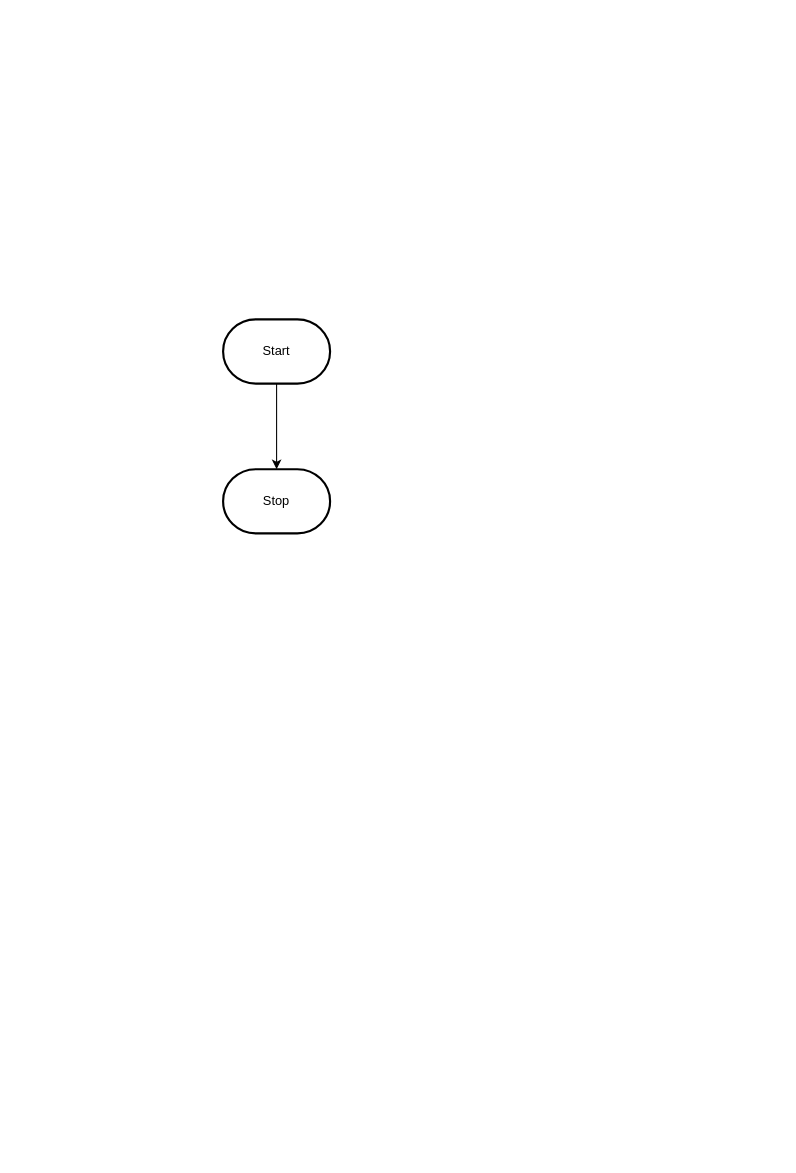
Above: design/flowchart.drawio in MTHS-ICD2O-1-2023/ICD2O-Unit-5-03-jinyuzhe-calista-e (draw.io), before the change. Source tidied: cells renumbered, new cells numbered last; positions are measured from the earlier drawing's top-left corner, leaving out a move shared by most shapes. Both pictures are drawn from the tidied source at 107%, with x=0, y=0 at pixel (223, 319).
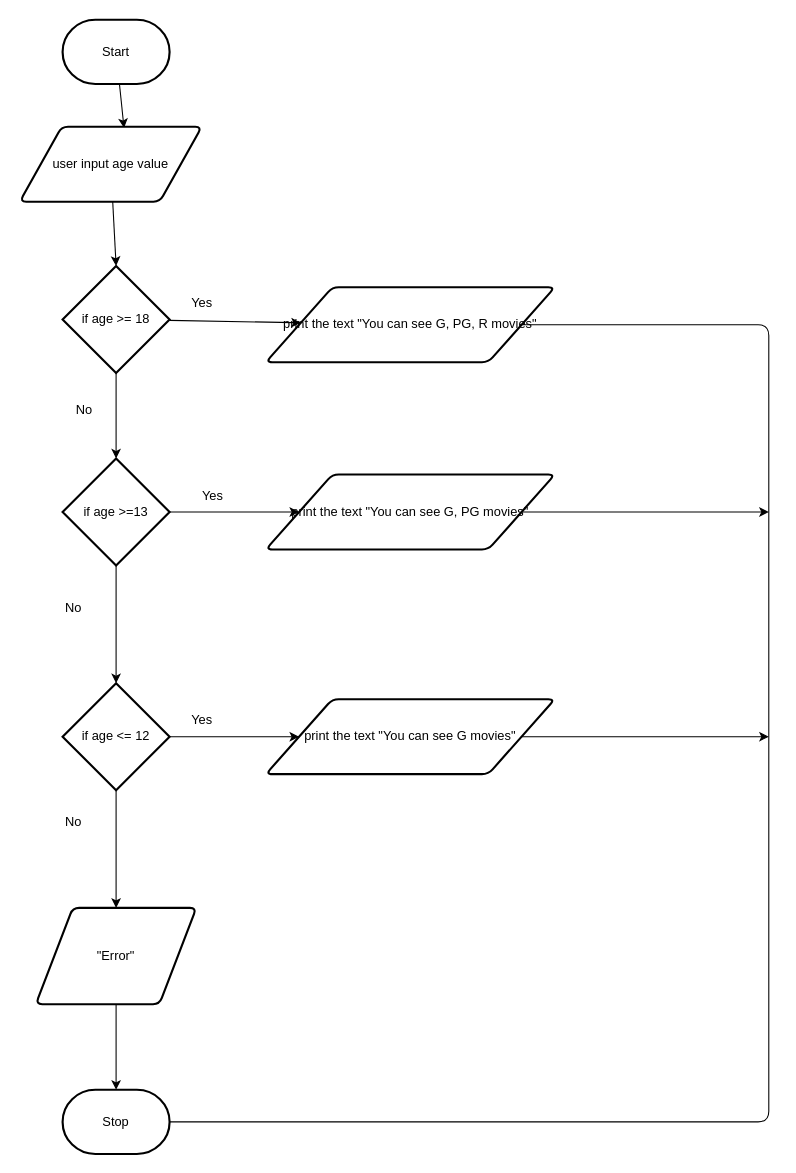
The same page after the edit.

Change to the diagram source:
```diff
@@
-    <mxCell id="2" style="edgeStyle=orthogonalEdgeStyle;html=1;rounded=0;" parent="1" edge="1" source="3" target="4">
-      <mxGeometry relative="1" as="geometry" />
-    </mxCell>
+    <mxCell id="5" style="edgeStyle=none;html=1;entryX=0.573;entryY=0.016;entryDx=0;entryDy=0;entryPerimeter=0;" parent="1" edge="1" source="3" target="2">
+      <mxGeometry relative="1" as="geometry" />
+    </mxCell>
     <mxCell id="3" value="Start" style="strokeWidth=2;html=1;shape=mxgraph.flowchart.terminator;whiteSpace=wrap;" parent="1" vertex="1">
-      <mxGeometry width="100" height="60" as="geometry" />
+      <mxGeometry x="-150" y="-280" width="100" height="60" as="geometry" />
     </mxCell>
     <mxCell id="4" value="Stop" style="strokeWidth=2;html=1;shape=mxgraph.flowchart.terminator;whiteSpace=wrap;" parent="1" vertex="1">
-      <mxGeometry y="140" width="100" height="60" as="geometry" />
+      <mxGeometry x="-150" y="720" width="100" height="60" as="geometry" />
     </mxCell>
+    <mxCell id="6" style="edgeStyle=none;html=1;entryX=0.5;entryY=0;entryDx=0;entryDy=0;entryPerimeter=0;" parent="1" edge="1" source="2" target="9">
+      <mxGeometry relative="1" as="geometry" />
+    </mxCell>
+    <mxCell id="2" value="user input age value" style="shape=parallelogram;html=1;strokeWidth=2;perimeter=parallelogramPerimeter;whiteSpace=wrap;rounded=1;arcSize=12;size=0.23;" parent="1" vertex="1">
+      <mxGeometry x="-190" y="-180" width="170" height="70" as="geometry" />
+    </mxCell>
+    <mxCell id="7" style="edgeStyle=none;html=1;" parent="1" edge="1" source="9" target="10">
+      <mxGeometry relative="1" as="geometry" />
+    </mxCell>
+    <mxCell id="8" style="edgeStyle=none;html=1;entryX=0.5;entryY=0;entryDx=0;entryDy=0;entryPerimeter=0;" parent="1" edge="1" source="9" target="13">
+      <mxGeometry relative="1" as="geometry" />
+    </mxCell>
+    <mxCell id="9" value="if age &amp;gt;= 18" style="strokeWidth=2;html=1;shape=mxgraph.flowchart.decision;whiteSpace=wrap;" parent="1" vertex="1">
+      <mxGeometry x="-150" y="-50" width="100" height="100" as="geometry" />
+    </mxCell>
+    <mxCell id="10" value="print the text &quot;You can see G, PG, R movies&quot;" style="shape=parallelogram;html=1;strokeWidth=2;perimeter=parallelogramPerimeter;whiteSpace=wrap;rounded=1;arcSize=12;size=0.23;" parent="1" vertex="1">
+      <mxGeometry x="40" y="-30" width="270" height="70" as="geometry" />
+    </mxCell>
+    <mxCell id="11" style="edgeStyle=none;html=1;" parent="1" edge="1" source="13" target="18">
+      <mxGeometry relative="1" as="geometry" />
+    </mxCell>
+    <mxCell id="12" style="edgeStyle=none;html=1;" parent="1" edge="1" source="13" target="21">
+      <mxGeometry relative="1" as="geometry" />
+    </mxCell>
+    <mxCell id="13" value="if age &amp;gt;=13" style="strokeWidth=2;html=1;shape=mxgraph.flowchart.decision;whiteSpace=wrap;" parent="1" vertex="1">
+      <mxGeometry x="-150" y="130" width="100" height="100" as="geometry" />
+    </mxCell>
+    <mxCell id="14" value="Yes" style="text;html=1;align=center;verticalAlign=middle;strokeColor=none;fillColor=none;" parent="1" vertex="1">
+      <mxGeometry x="-40" y="-30" width="40" height="30" as="geometry" />
+    </mxCell>
+    <mxCell id="15" value="No" style="text;html=1;align=center;verticalAlign=middle;strokeColor=none;fillColor=none;" parent="1" vertex="1">
+      <mxGeometry x="-150" y="70" width="40" height="30" as="geometry" />
+    </mxCell>
+    <mxCell id="16" style="edgeStyle=none;html=1;" parent="1" edge="1" source="18" target="23">
+      <mxGeometry relative="1" as="geometry" />
+    </mxCell>
+    <mxCell id="17" style="edgeStyle=orthogonalEdgeStyle;html=1;" parent="1" edge="1" source="18" target="29">
+      <mxGeometry relative="1" as="geometry" />
+    </mxCell>
+    <mxCell id="18" value="if age &amp;lt;= 12" style="strokeWidth=2;html=1;shape=mxgraph.flowchart.decision;whiteSpace=wrap;" parent="1" vertex="1">
+      <mxGeometry x="-150" y="340" width="100" height="100" as="geometry" />
+    </mxCell>
+    <mxCell id="19" value="No" style="text;html=1;align=center;verticalAlign=middle;strokeColor=none;fillColor=none;" parent="1" vertex="1">
+      <mxGeometry x="-160" y="255" width="40" height="30" as="geometry" />
+    </mxCell>
+    <mxCell id="20" style="edgeStyle=orthogonalEdgeStyle;html=1;" parent="1" edge="1" source="21">
+      <mxGeometry relative="1" as="geometry">
+        <mxPoint x="510" y="180" as="targetPoint" />
+      </mxGeometry>
+    </mxCell>
+    <mxCell id="21" value="print the text &quot;You can see G, PG movies&quot;" style="shape=parallelogram;html=1;strokeWidth=2;perimeter=parallelogramPerimeter;whiteSpace=wrap;rounded=1;arcSize=12;size=0.23;" parent="1" vertex="1">
+      <mxGeometry x="40" y="145" width="270" height="70" as="geometry" />
+    </mxCell>
+    <mxCell id="22" style="edgeStyle=orthogonalEdgeStyle;html=1;" parent="1" edge="1" source="23">
+      <mxGeometry relative="1" as="geometry">
+        <mxPoint x="510" y="390" as="targetPoint" />
+      </mxGeometry>
+    </mxCell>
+    <mxCell id="23" value="print the text &quot;You can see G movies&quot;" style="shape=parallelogram;html=1;strokeWidth=2;perimeter=parallelogramPerimeter;whiteSpace=wrap;rounded=1;arcSize=12;size=0.23;" parent="1" vertex="1">
+      <mxGeometry x="40" y="355" width="270" height="70" as="geometry" />
+    </mxCell>
+    <mxCell id="24" value="Yes" style="text;html=1;align=center;verticalAlign=middle;strokeColor=none;fillColor=none;" parent="1" vertex="1">
+      <mxGeometry x="-40" y="360" width="40" height="30" as="geometry" />
+    </mxCell>
+    <mxCell id="25" value="Yes" style="text;html=1;align=center;verticalAlign=middle;strokeColor=none;fillColor=none;" parent="1" vertex="1">
+      <mxGeometry x="-30" y="150" width="40" height="30" as="geometry" />
+    </mxCell>
+    <mxCell id="26" value="No" style="text;html=1;align=center;verticalAlign=middle;strokeColor=none;fillColor=none;" parent="1" vertex="1">
+      <mxGeometry x="-160" y="455" width="40" height="30" as="geometry" />
+    </mxCell>
+    <mxCell id="27" style="endArrow=none;html=1;edgeStyle=orthogonalEdgeStyle;entryX=1;entryY=0.5;entryDx=0;entryDy=0;entryPerimeter=0;" parent="1" edge="1" source="10" target="4">
+      <mxGeometry relative="1" as="geometry">
+        <Array as="points">
+          <mxPoint x="510" y="5" />
+          <mxPoint x="510" y="750" />
+        </Array>
+      </mxGeometry>
+    </mxCell>
+    <mxCell id="28" style="edgeStyle=orthogonalEdgeStyle;html=1;entryX=0.5;entryY=0;entryDx=0;entryDy=0;entryPerimeter=0;" parent="1" edge="1" source="29" target="4">
+      <mxGeometry relative="1" as="geometry" />
+    </mxCell>
+    <mxCell id="29" value="&quot;Error&quot;" style="shape=parallelogram;html=1;strokeWidth=2;perimeter=parallelogramPerimeter;whiteSpace=wrap;rounded=1;arcSize=12;size=0.23;" parent="1" vertex="1">
+      <mxGeometry x="-175" y="550" width="150" height="90" as="geometry" />
+    </mxCell>
```
